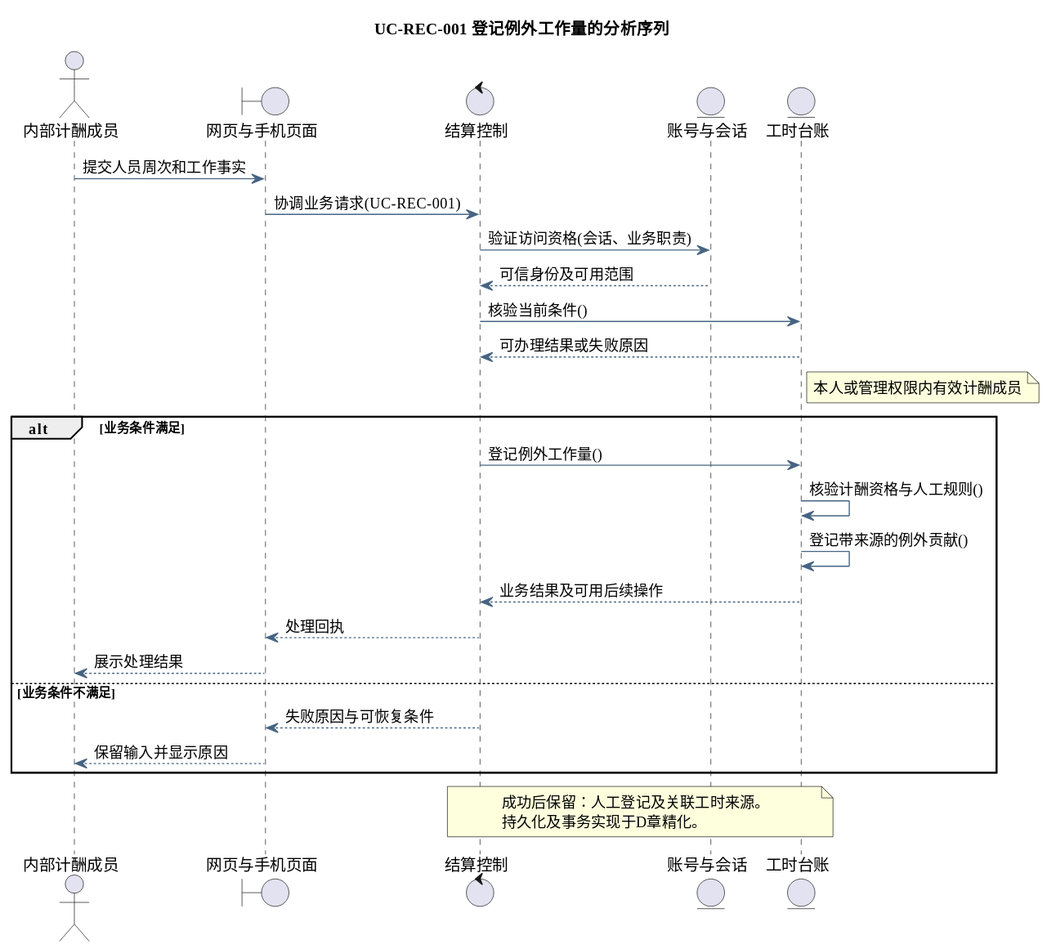
tccc1csu/miniprogram-csu keeps this PlantUML diagram as docs/diagrams/analysis/seq-uc-rec-001.svg. Above is the earlier version.
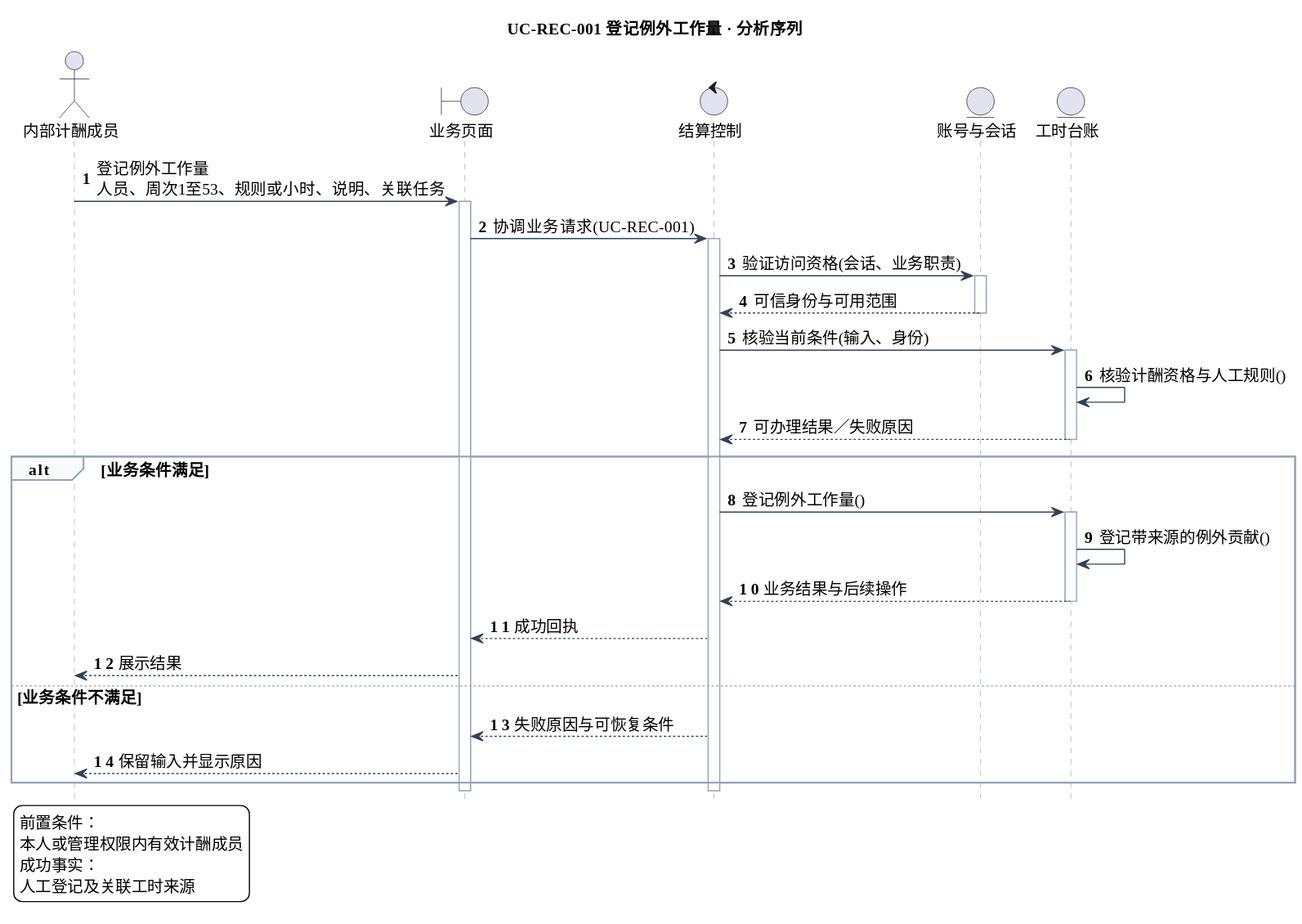
Later version of the same file.

What changed in the source:
```diff
@@ -5,34 +5,52 @@
 skinparam ArrowColor #466482
 skinparam classAttributeIconSize 0
 hide empty members
-title UC-REC-001 登记例外工作量的分析序列
+skinparam defaultFontSize 14
+skinparam sequenceLifeLineBorderColor #9AA8B8
+skinparam sequenceArrowColor #334155
+skinparam sequenceGroupBorderColor #94A3B8
+skinparam sequenceGroupBackgroundColor #F8FAFC
+skinparam sequenceParticipantPadding 18
+skinparam maxMessageSize 240
+hide footbox
+autonumber
+title UC-REC-001 登记例外工作量 · 分析序列
 actor "内部计酬成员" as actor
-boundary "网页与手机页面" as page
+boundary "业务页面" as page
 control "结算控制" as ctl
 entity "账号与会话" as identity
 entity "工时台账" as model
-actor -> page : 提交人员周次和工作事实
+actor -> page : 登记例外工作量\n人员、周次1至53、规则或小时、说明、关联任务
+activate page
 page -> ctl : 协调业务请求(UC-REC-001)
+activate ctl
 ctl -> identity : 验证访问资格(会话、业务职责)
-identity --> ctl : 可信身份及可用范围
-ctl -> model : 核验当前条件()
-model --> ctl : 可办理结果或失败原因
-note right of model
-本人或管理权限内有效计酬成员
-end note
+activate identity
+identity --> ctl : 可信身份与可用范围
+deactivate identity
+ctl -> model : 核验当前条件(输入、身份)
+activate model
+model -> model : 核验计酬资格与人工规则()
+model --> ctl : 可办理结果／失败原因
+deactivate model
 alt 业务条件满足
 ctl -> model : 登记例外工作量()
-model -> model : 核验计酬资格与人工规则()
+activate model
 model -> model : 登记带来源的例外贡献()
-model --> ctl : 业务结果及可用后续操作
-ctl --> page : 处理回执
-page --> actor : 展示处理结果
+model --> ctl : 业务结果与后续操作
+deactivate model
+ctl --> page : 成功回执
+page --> actor : 展示结果
 else 业务条件不满足
 ctl --> page : 失败原因与可恢复条件
 page --> actor : 保留输入并显示原因
 end
-note over ctl,model
-成功后保留：人工登记及关联工时来源。
-持久化及事务实现于D章精化。
-end note
+deactivate ctl
+deactivate page
+legend bottom left
+前置条件：
+本人或管理权限内有效计酬成员
+成功事实：
+人工登记及关联工时来源
+endlegend
 @enduml
```
